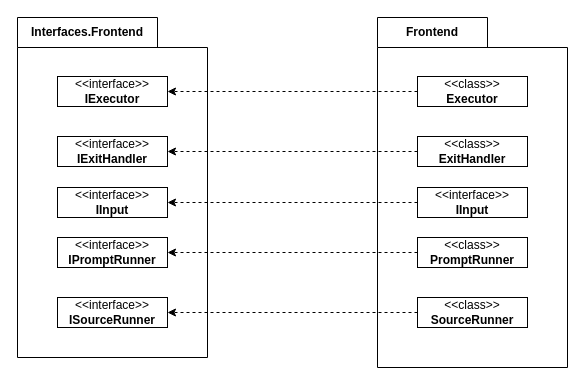
Earlier version of the draw.io diagram cslox/doc/uml-package-diagram.drawio (sradms0/lox). Source tidied: cells renumbered, new cells numbered last; positions are measured from the earlier drawing's top-left corner, leaving out a move shared by most shapes. Both pictures are drawn from the tidied source at 100%, with x=0, y=0 at pixel (17, 17).
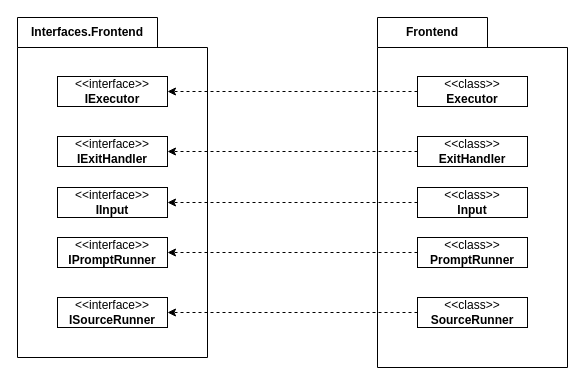
After the change.

Commit message (it also covers changes not shown here):
4: Add Input IInput implementation unit test (fail).

Change to the diagram source:
```diff
@@
 <mxGraphModel>
   <root>
     <mxCell id="0" />
     <mxCell id="1" parent="0" />
     <mxCell id="2" value="Interfaces.Frontend" style="shape=folder;fontStyle=1;tabWidth=140;tabHeight=30;tabPosition=left;html=1;boundedLbl=1;labelInHeader=1;whiteSpace=wrap;" parent="1" vertex="1">
       <mxGeometry width="190" height="340" as="geometry" />
     </mxCell>
     <mxCell id="3" value="&lt;div&gt;&amp;lt;&amp;lt;interface&amp;gt;&amp;gt;&lt;/div&gt;&lt;b&gt;IExecutor&lt;/b&gt;" style="html=1;whiteSpace=wrap;" parent="2" vertex="1">
       <mxGeometry x="40" y="59" width="110" height="30" as="geometry" />
     </mxCell>
     <mxCell id="4" value="&lt;div&gt;&amp;lt;&amp;lt;interface&amp;gt;&amp;gt;&lt;/div&gt;&lt;b&gt;IExitHandler&lt;/b&gt;" style="html=1;whiteSpace=wrap;" parent="2" vertex="1">
       <mxGeometry x="40" y="119" width="110" height="30" as="geometry" />
     </mxCell>
     <mxCell id="5" value="&lt;div&gt;&amp;lt;&amp;lt;interface&amp;gt;&amp;gt;&lt;/div&gt;&lt;b&gt;IPromptRunner&lt;/b&gt;" style="html=1;whiteSpace=wrap;" parent="2" vertex="1">
       <mxGeometry x="40" y="220" width="110" height="30" as="geometry" />
     </mxCell>
     <mxCell id="6" value="&lt;div&gt;&amp;lt;&amp;lt;interface&amp;gt;&amp;gt;&lt;/div&gt;&lt;b&gt;ISourceRunner&lt;/b&gt;" style="html=1;whiteSpace=wrap;" parent="2" vertex="1">
       <mxGeometry x="40" y="280" width="110" height="30" as="geometry" />
     </mxCell>
     <mxCell id="7" value="&lt;div&gt;&amp;lt;&amp;lt;interface&amp;gt;&amp;gt;&lt;/div&gt;&lt;b&gt;IInput&lt;/b&gt;" style="html=1;whiteSpace=wrap;" parent="2" vertex="1">
       <mxGeometry x="40" y="170" width="110" height="30" as="geometry" />
     </mxCell>
     <mxCell id="8" value="Frontend" style="shape=folder;fontStyle=1;tabWidth=110;tabHeight=30;tabPosition=left;html=1;boundedLbl=1;labelInHeader=1;whiteSpace=wrap;" parent="1" vertex="1">
       <mxGeometry x="360" width="190" height="350" as="geometry" />
     </mxCell>
     <mxCell id="9" value="&lt;div&gt;&lt;span style=&quot;background-color: transparent; color: light-dark(rgb(0, 0, 0), rgb(255, 255, 255));&quot;&gt;&amp;lt;&amp;lt;class&amp;gt;&amp;gt;&lt;/span&gt;&lt;/div&gt;&lt;div&gt;&lt;b style=&quot;background-color: transparent; color: light-dark(rgb(0, 0, 0), rgb(255, 255, 255));&quot;&gt;Executor&lt;/b&gt;&lt;/div&gt;" style="html=1;whiteSpace=wrap;" parent="8" vertex="1">
       <mxGeometry x="40" y="59" width="110" height="30" as="geometry" />
     </mxCell>
     <mxCell id="10" value="&lt;div&gt;&amp;lt;&amp;lt;class&amp;gt;&amp;gt;&lt;/div&gt;&lt;b&gt;ExitHandler&lt;/b&gt;" style="html=1;whiteSpace=wrap;" parent="8" vertex="1">
       <mxGeometry x="40" y="119" width="110" height="30" as="geometry" />
     </mxCell>
     <mxCell id="11" value="&lt;div&gt;&amp;lt;&amp;lt;class&amp;gt;&amp;gt;&lt;/div&gt;&lt;b&gt;PromptRunner&lt;/b&gt;" style="html=1;whiteSpace=wrap;" parent="8" vertex="1">
       <mxGeometry x="40" y="220" width="110" height="30" as="geometry" />
     </mxCell>
     <mxCell id="12" value="&lt;div&gt;&amp;lt;&amp;lt;class&amp;gt;&amp;gt;&lt;/div&gt;&lt;b&gt;SourceRunner&lt;/b&gt;" style="html=1;whiteSpace=wrap;" parent="8" vertex="1">
       <mxGeometry x="40" y="280" width="110" height="30" as="geometry" />
     </mxCell>
-    <mxCell id="13" value="&lt;div&gt;&amp;lt;&amp;lt;interface&amp;gt;&amp;gt;&lt;/div&gt;&lt;b&gt;IInput&lt;/b&gt;" style="html=1;whiteSpace=wrap;" parent="8" vertex="1">
+    <mxCell id="13" value="&lt;div&gt;&amp;lt;&amp;lt;class&amp;gt;&amp;gt;&lt;/div&gt;&lt;b&gt;Input&lt;/b&gt;" style="html=1;whiteSpace=wrap;" parent="8" vertex="1">
       <mxGeometry x="40" y="170" width="110" height="30" as="geometry" />
     </mxCell>
     <mxCell id="14" style="edgeStyle=orthogonalEdgeStyle;rounded=0;jettySize=auto;html=1;dashed=1;" parent="1" edge="1" source="9" target="3">
       <mxGeometry relative="1" as="geometry" />
     </mxCell>
     <mxCell id="15" style="edgeStyle=orthogonalEdgeStyle;shape=connector;rounded=0;jettySize=auto;html=1;dashed=1;strokeColor=default;align=center;verticalAlign=middle;fontFamily=Helvetica;fontSize=11;fontColor=default;labelBackgroundColor=default;endArrow=classic;" parent="1" edge="1" source="10" target="4">
       <mxGeometry relative="1" as="geometry" />
     </mxCell>
     <mxCell id="16" style="edgeStyle=orthogonalEdgeStyle;shape=connector;rounded=0;jettySize=auto;html=1;dashed=1;strokeColor=default;align=center;verticalAlign=middle;fontFamily=Helvetica;fontSize=11;fontColor=default;labelBackgroundColor=default;endArrow=classic;" parent="1" edge="1" source="11" target="5">
       <mxGeometry relative="1" as="geometry" />
     </mxCell>
     <mxCell id="17" style="edgeStyle=orthogonalEdgeStyle;shape=connector;rounded=0;jettySize=auto;html=1;dashed=1;strokeColor=default;align=center;verticalAlign=middle;fontFamily=Helvetica;fontSize=11;fontColor=default;labelBackgroundColor=default;endArrow=classic;" parent="1" edge="1" source="12" target="6">
       <mxGeometry relative="1" as="geometry" />
     </mxCell>
     <mxCell id="18" style="edgeStyle=orthogonalEdgeStyle;shape=connector;rounded=0;jettySize=auto;html=1;dashed=1;strokeColor=default;align=center;verticalAlign=middle;fontFamily=Helvetica;fontSize=11;fontColor=default;labelBackgroundColor=default;endArrow=classic;" parent="1" edge="1" source="13" target="7">
       <mxGeometry relative="1" as="geometry" />
     </mxCell>
   </root>
 </mxGraphModel>
```
